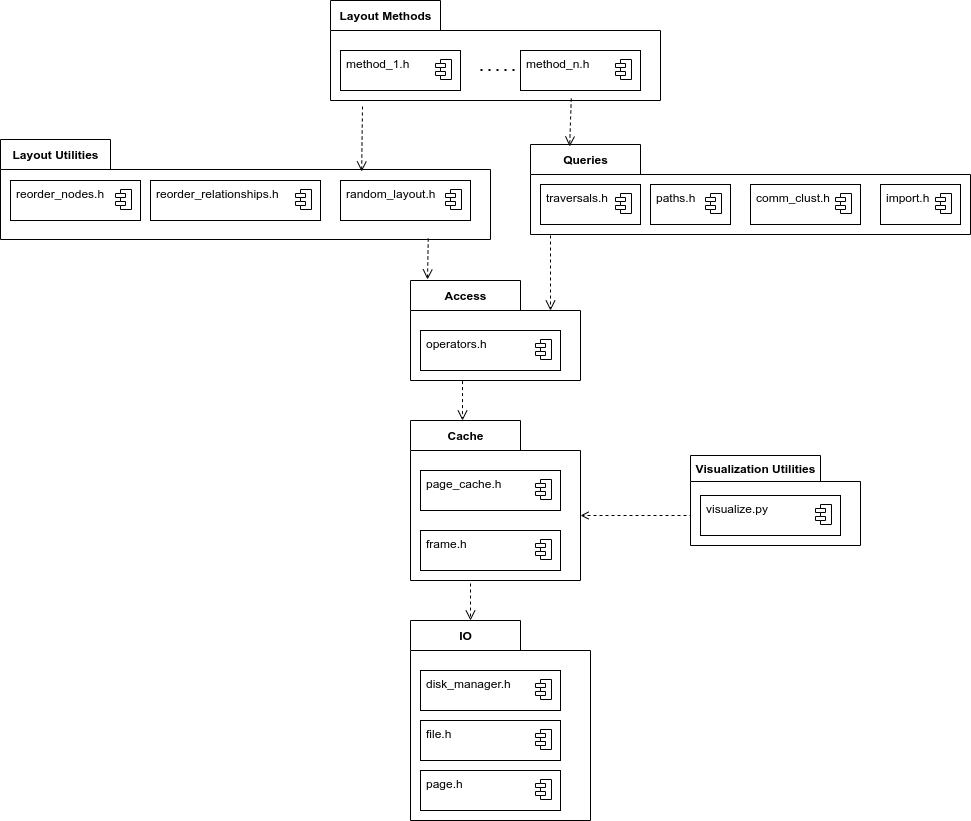
Before: doc/user_guide/img/overview.png, a diagram exported from draw.io (SomeUserName1/master). Source tidied: cells renumbered, new cells last; positions are measured from the earlier drawing's top-left corner, leaving out a move shared by most shapes.
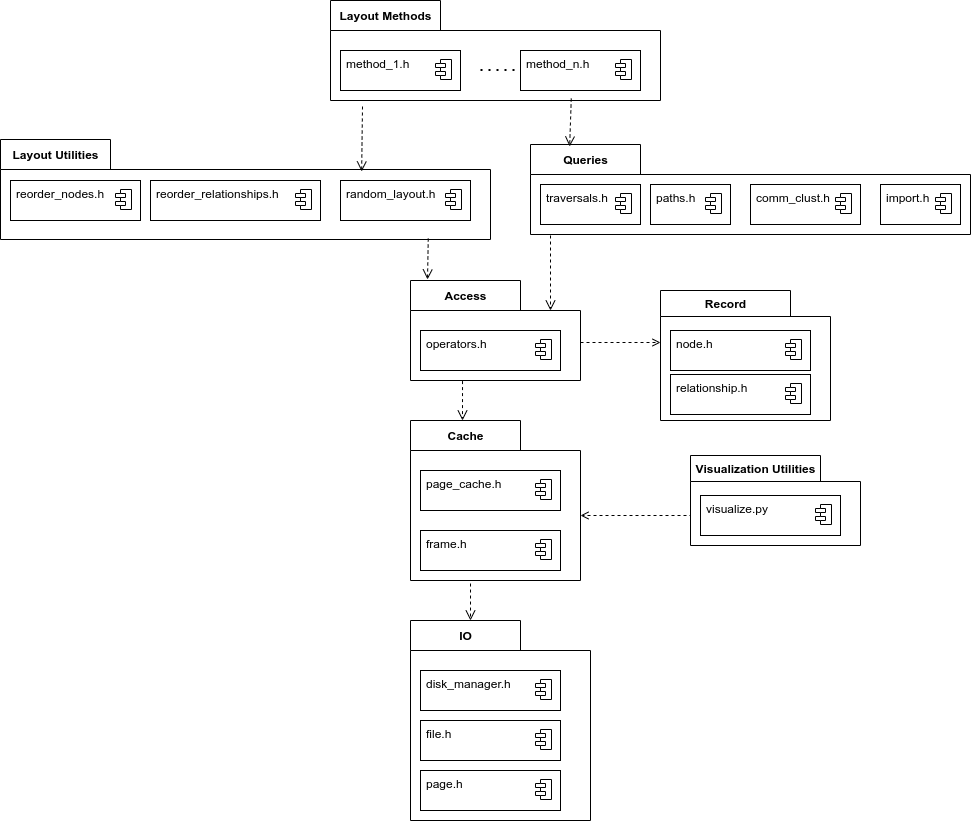
After the change.

Diff of the diagram source:
```diff
@@ -238,5 +238,35 @@
         </Array>
       </mxGeometry>
     </mxCell>
+    <mxCell id="65" value="Record" style="shape=folder;fontStyle=1;tabWidth=130;tabHeight=26;tabPosition=left;html=1;boundedLbl=1;labelInHeader=1;" parent="1" vertex="1">
+      <mxGeometry x="660" y="290" width="170" height="130" as="geometry" />
+    </mxCell>
+    <mxCell id="66" style="fontStyle=1;align=center;verticalAlign=top;horizontal=1;" parent="65" vertex="1">
+      <mxGeometry x="10" y="40" width="140" height="40" as="geometry" />
+    </mxCell>
+    <mxCell id="67" value="node.h" style="html=1;align=left;spacingLeft=4;verticalAlign=top;strokeColor=none;fillColor=none;" parent="66" vertex="1">
+      <mxGeometry width="140" height="40" as="geometry" />
+    </mxCell>
+    <mxCell id="68" style="shape=module;jettyWidth=10;jettyHeight=4;" parent="67" vertex="1">
+      <mxGeometry x="1" width="16" height="20" relative="1" as="geometry">
+        <mxPoint x="-25" y="9" as="offset" />
+      </mxGeometry>
+    </mxCell>
+    <mxCell id="69" style="fontStyle=1;align=center;verticalAlign=top;horizontal=1;" parent="65" vertex="1">
+      <mxGeometry x="10" y="84" width="140" height="40" as="geometry" />
+    </mxCell>
+    <mxCell id="70" value="relationship.h" style="html=1;align=left;spacingLeft=4;verticalAlign=top;strokeColor=none;fillColor=none;" parent="69" vertex="1">
+      <mxGeometry width="140" height="40" as="geometry" />
+    </mxCell>
+    <mxCell id="71" style="shape=module;jettyWidth=10;jettyHeight=4;" parent="70" vertex="1">
+      <mxGeometry x="1" width="16" height="20" relative="1" as="geometry">
+        <mxPoint x="-25" y="9" as="offset" />
+      </mxGeometry>
+    </mxCell>
+    <mxCell id="72" style="rounded=0;jettySize=auto;html=1;entryX=0;entryY=0;entryDx=0;entryDy=52;entryPerimeter=0;dashed=1;endArrow=open;endFill=0;" parent="1" edge="1" target="65">
+      <mxGeometry relative="1" as="geometry">
+        <mxPoint x="580" y="342" as="sourcePoint" />
+      </mxGeometry>
+    </mxCell>
   </root>
 </mxGraphModel>
```
